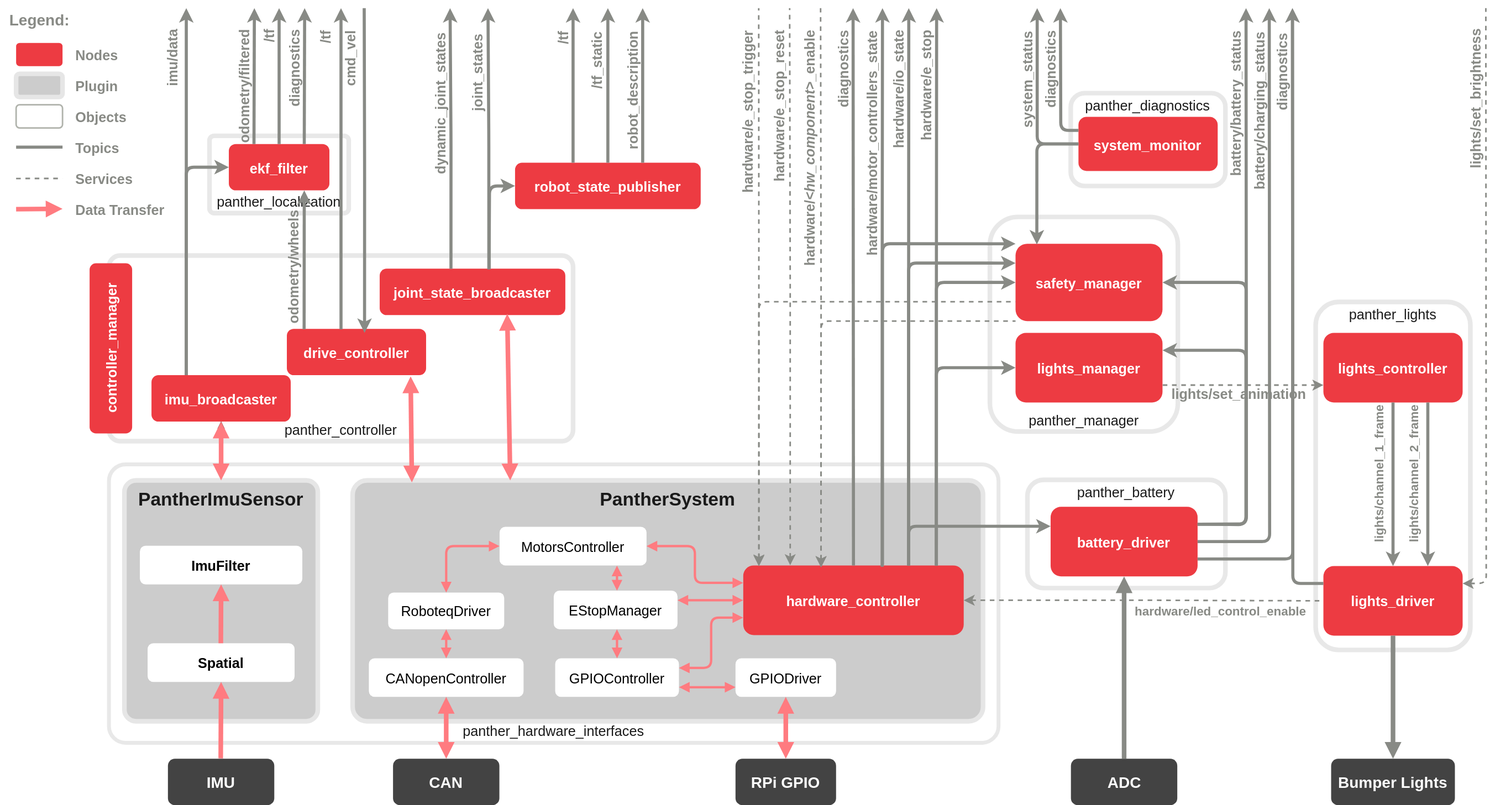
This is .docs/panther_ros2_api.drawio.svg from TeamAurora-PSGiTech/ERC-2025, a draw.io export, as it was before one commit. Source tidied: cells renumbered, new cells last; positions are measured from the earlier drawing's top-left corner, leaving out a move shared by most shapes.
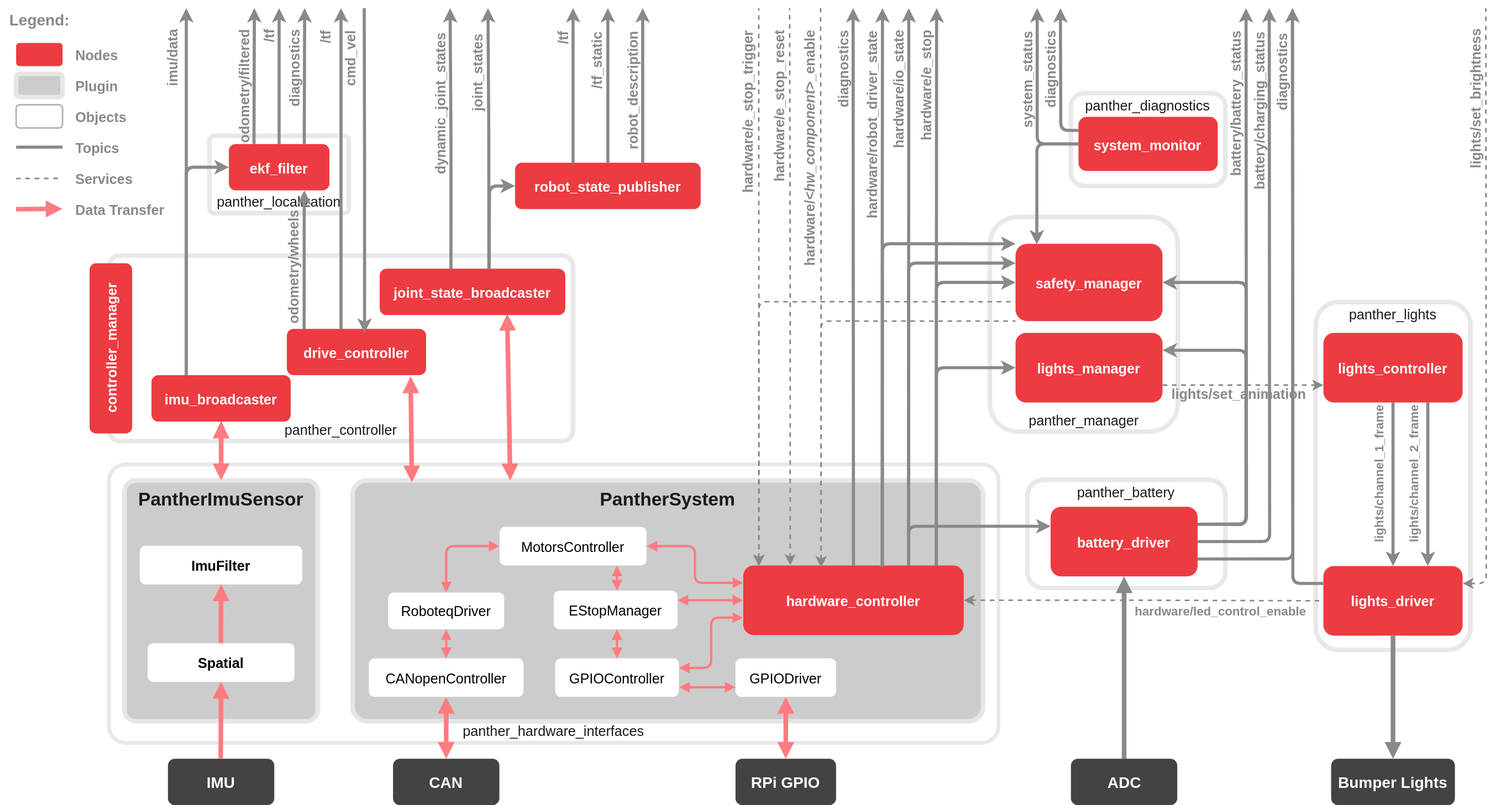
After the commit.

The edit, as a diff of the source:
```diff
@@ -181,7 +181,7 @@
         <mxPoint x="1210" y="5" as="targetPoint" />
       </mxGeometry>
     </mxCell>
-    <mxCell id="54" value="&lt;b&gt;hardware/motor_controllers_state&lt;/b&gt;" style="edgeStyle=orthogonalEdgeStyle;shape=connector;rounded=1;jettySize=auto;html=1;labelBackgroundColor=none;strokeColor=#888a85;strokeWidth=4;fontFamily=Helvetica;fontSize=18;fontColor=#888a85;startArrow=none;startFill=0;endArrow=classic;horizontal=0;align=right;exitX=0.63;exitY=0.019;exitDx=0;exitDy=0;exitPerimeter=0;" parent="1" edge="1" source="10">
+    <mxCell id="54" value="&lt;b&gt;hardware/robot_driver_state&lt;/b&gt;" style="edgeStyle=orthogonalEdgeStyle;shape=connector;rounded=1;jettySize=auto;html=1;labelBackgroundColor=none;strokeColor=#888a85;strokeWidth=4;fontFamily=Helvetica;fontSize=18;fontColor=#888a85;startArrow=none;startFill=0;endArrow=classic;horizontal=0;align=right;exitX=0.63;exitY=0.019;exitDx=0;exitDy=0;exitPerimeter=0;" parent="1" edge="1" source="10">
       <mxGeometry x="0.92" y="10" relative="1" as="geometry">
         <mxPoint x="1140" y="5" as="targetPoint" />
       </mxGeometry>
```
